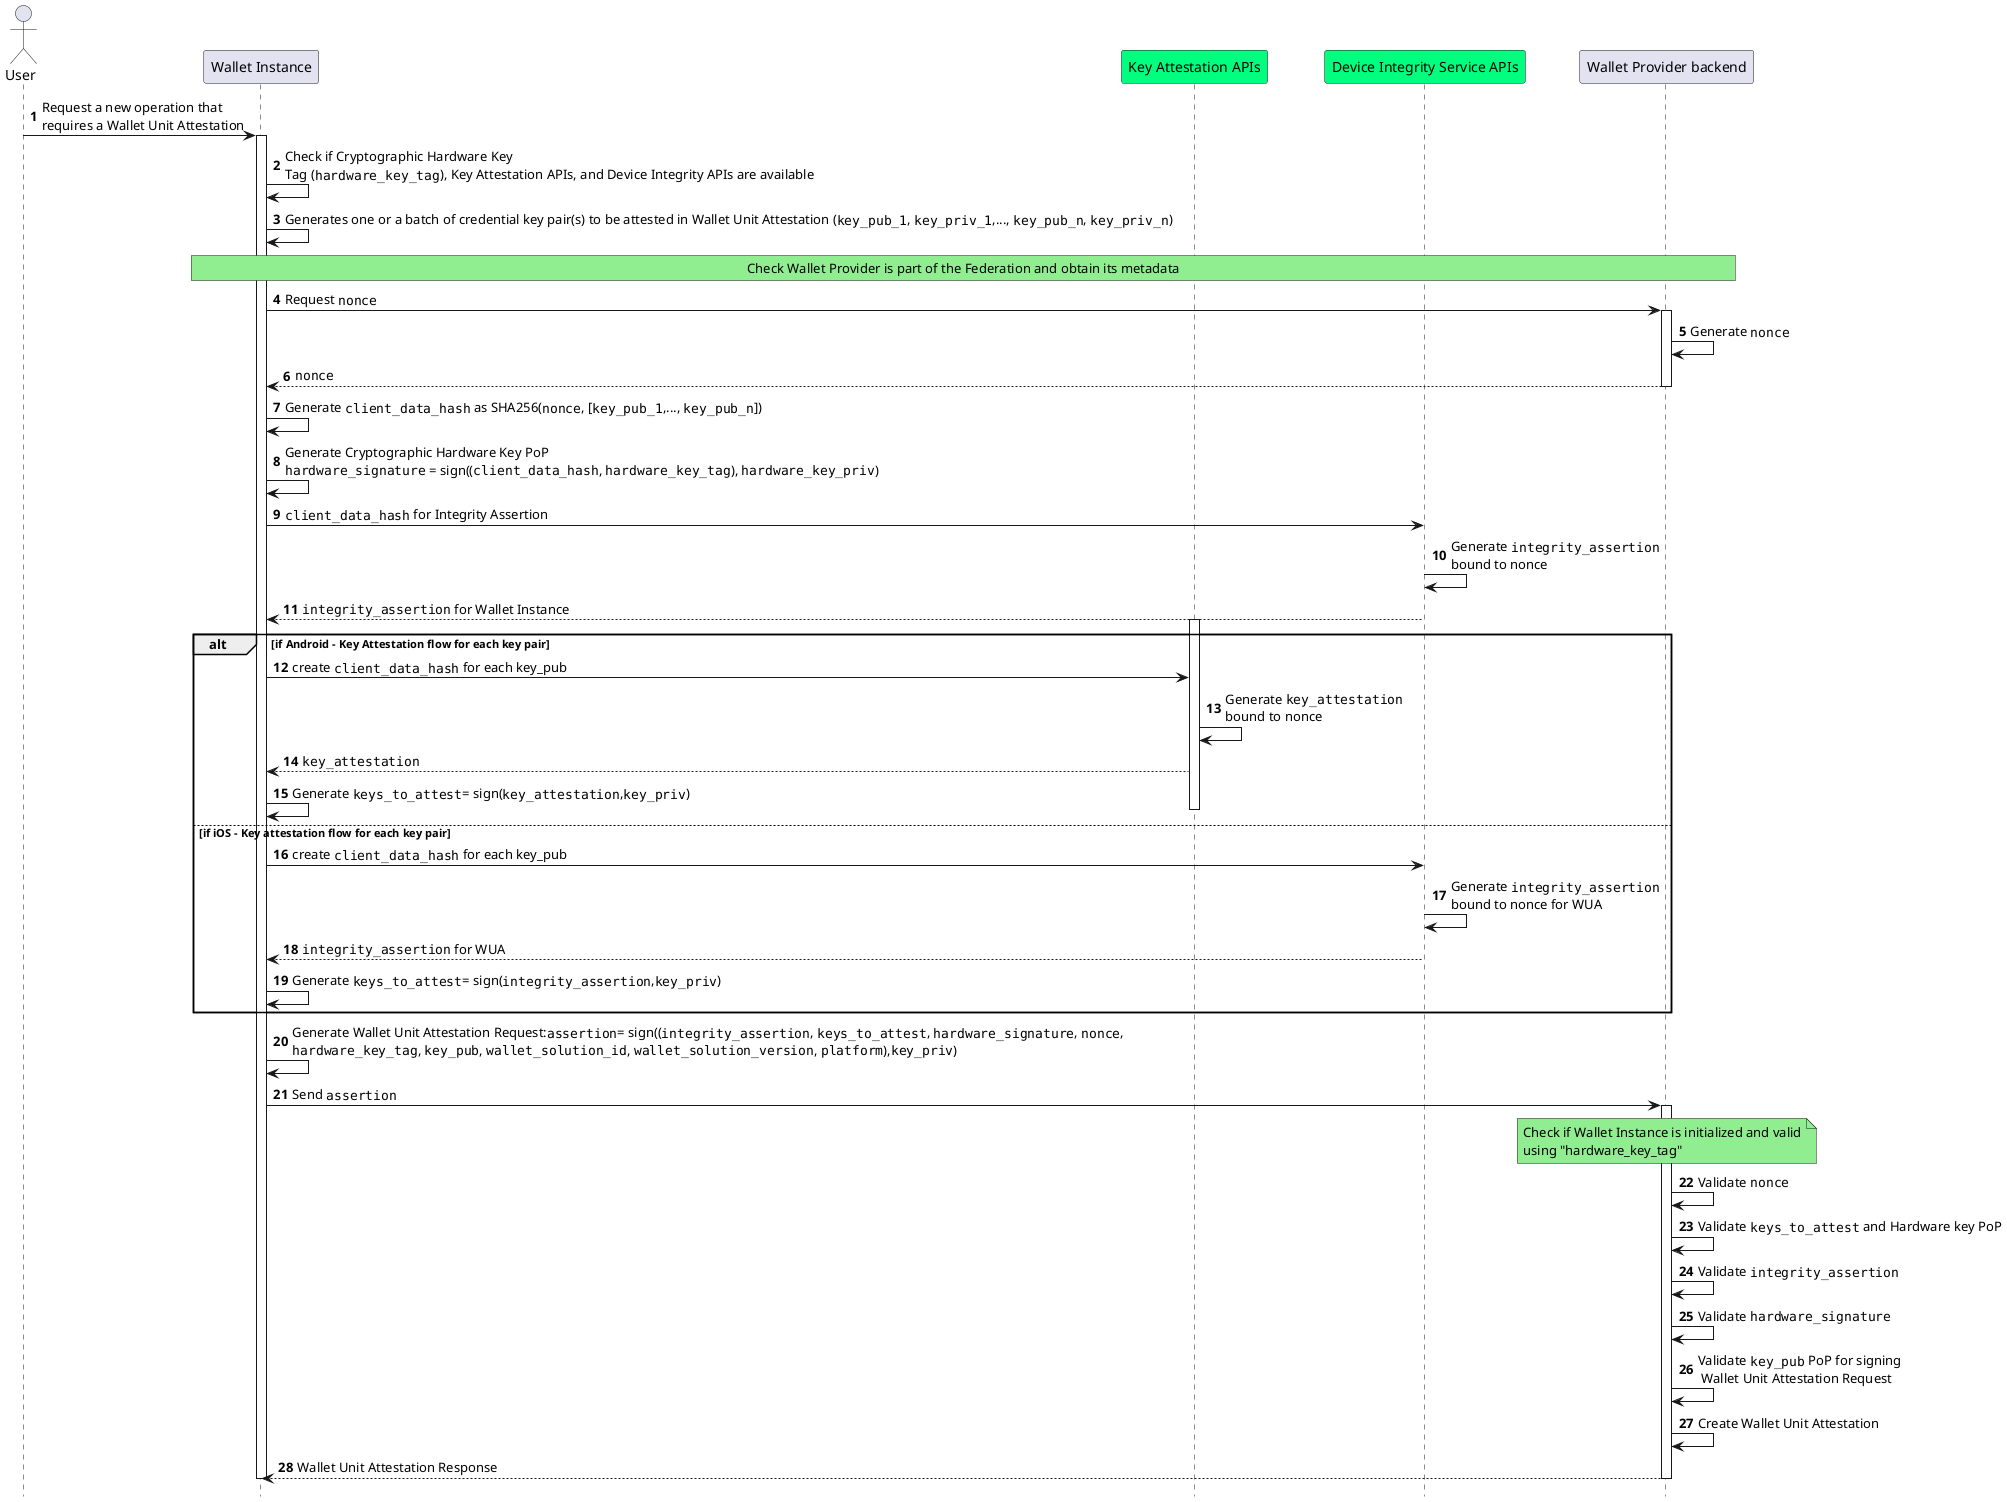
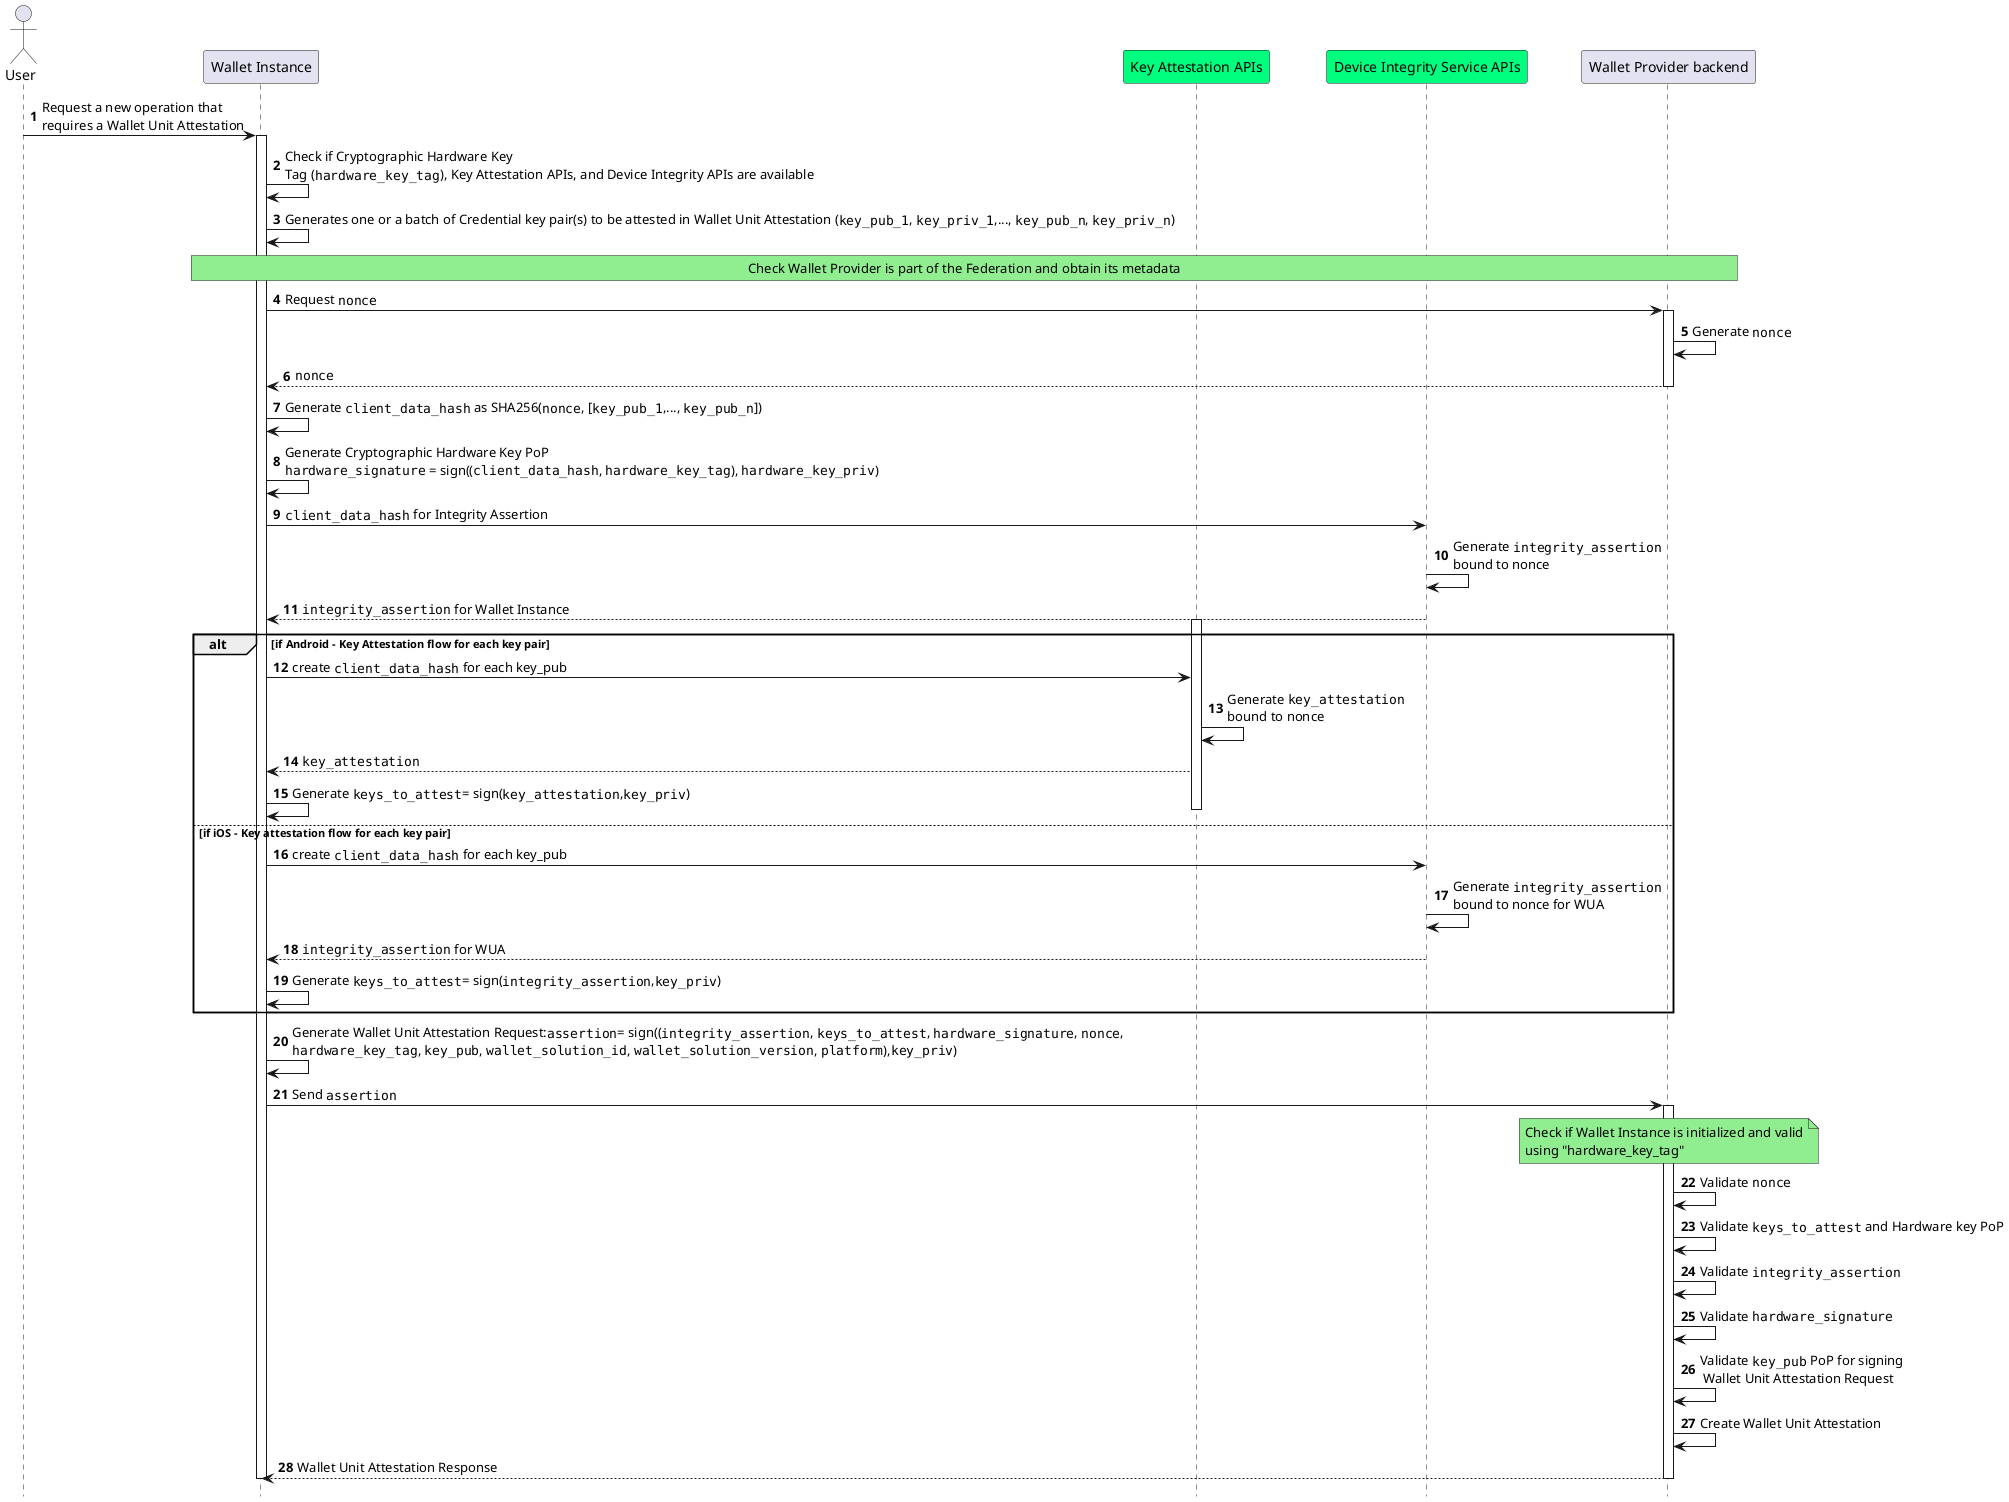
@startuml Wallet App and Wallet Unit Attestations Issuance
autonumber
hide footbox

'Participants
actor "User" as user
participant "Wallet Instance" as app
participant "Key Attestation APIs" as kats #springgreen
participant "Device Integrity Service APIs" as aats #springgreen
participant "Wallet Provider backend" as bck

user->app: Request a new operation that\nrequires a Wallet Unit Attestation
activate app

app->app: Check if Cryptographic Hardware Key \nTag (""hardware_key_tag""), Key Attestation APIs, and Device Integrity APIs are available

- app->app: Generates one or a batch of credential key pair(s) to be attested in Wallet Unit Attestation (""key_pub_1"", ""key_priv_1"",..., ""key_pub_n"", ""key_priv_n"")
+ app->app: Generates one or a batch of Credential key pair(s) to be attested in Wallet Unit Attestation (""key_pub_1"", ""key_priv_1"",..., ""key_pub_n"", ""key_priv_n"")

rnote over app,bck #LIGHTGREEN
Check Wallet Provider is part of the Federation and obtain its metadata
endrnote

app->bck: Request ""nonce""
activate bck

bck->bck: Generate ""nonce""

bck-->app: ""nonce""
deactivate bck


app->app: Generate ""client_data_hash"" as SHA256(""nonce"", [""key_pub_1"",..., ""key_pub_n""])

app->app: Generate Cryptographic Hardware Key PoP\n""hardware_signature"" = sign((""client_data_hash"", ""hardware_key_tag""), ""hardware_key_priv"")

app->aats: ""client_data_hash"" for Integrity Assertion
aats->aats: Generate ""integrity_assertion""\nbound to nonce
aats-->app: ""integrity_assertion"" for Wallet Instance

alt if Android - Key Attestation flow for each key pair

activate kats

app->kats: create ""client_data_hash"" for each key_pub

kats->kats: Generate ""key_attestation""\nbound to nonce

kats-->app: ""key_attestation""
app->app : Generate ""keys_to_attest""= sign(""key_attestation"",""key_priv"")

deactivate kats

else if iOS - Key attestation flow for each key pair

app->aats: create ""client_data_hash"" for each key_pub
aats->aats: Generate ""integrity_assertion""\nbound to nonce for WUA
aats-->app: ""integrity_assertion"" for WUA
app->app : Generate ""keys_to_attest""= sign(""integrity_assertion"",""key_priv"")
end


app->app: Generate Wallet Unit Attestation Request:""assertion""= sign((""integrity_assertion"", ""keys_to_attest"", ""hardware_signature"", ""nonce"",\n""hardware_key_tag"", ""key_pub"", ""wallet_solution_id"", ""wallet_solution_version"", ""platform""),""key_priv"")
app->bck: Send ""assertion""
activate bck
Note over bck, bck #LIGHTGREEN
Check if Wallet Instance is initialized and valid
using "hardware_key_tag"
End note

bck->bck: Validate ""nonce""
bck->bck: Validate ""keys_to_attest"" and Hardware key PoP
bck->bck: Validate ""integrity_assertion""
bck->bck: Validate ""hardware_signature""
bck->bck: Validate ""key_pub"" PoP for signing\n Wallet Unit Attestation Request
bck->bck: Create Wallet Unit Attestation


bck-->app: Wallet Unit Attestation Response

deactivate bck
deactivate app
@enduml